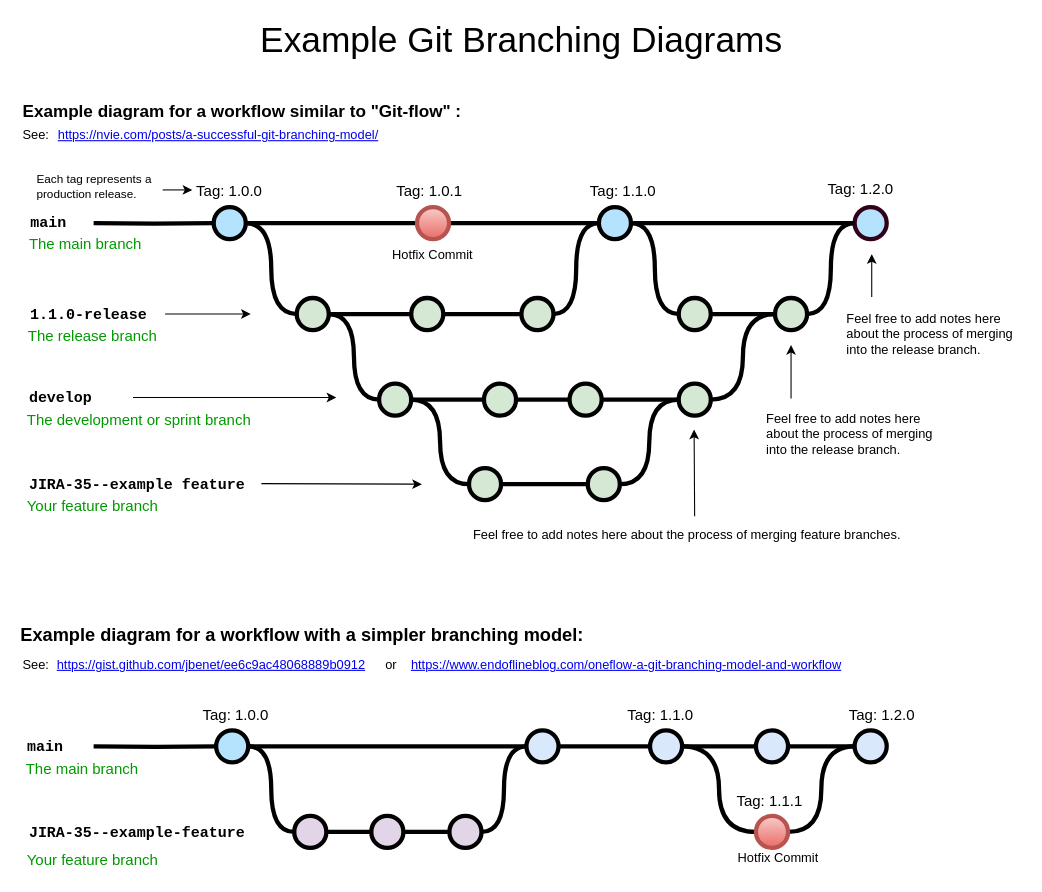
Before: Untitled Diagram.drawio in diegoVasquez600/BoardGo, a draw.io diagram. Source tidied: cells renumbered, new cells numbered last; positions are measured from the earlier drawing's top-left corner, leaving out a move shared by most shapes. Both pictures are drawn from the tidied source at 107%, with x=0, y=0 at pixel (18, 18).
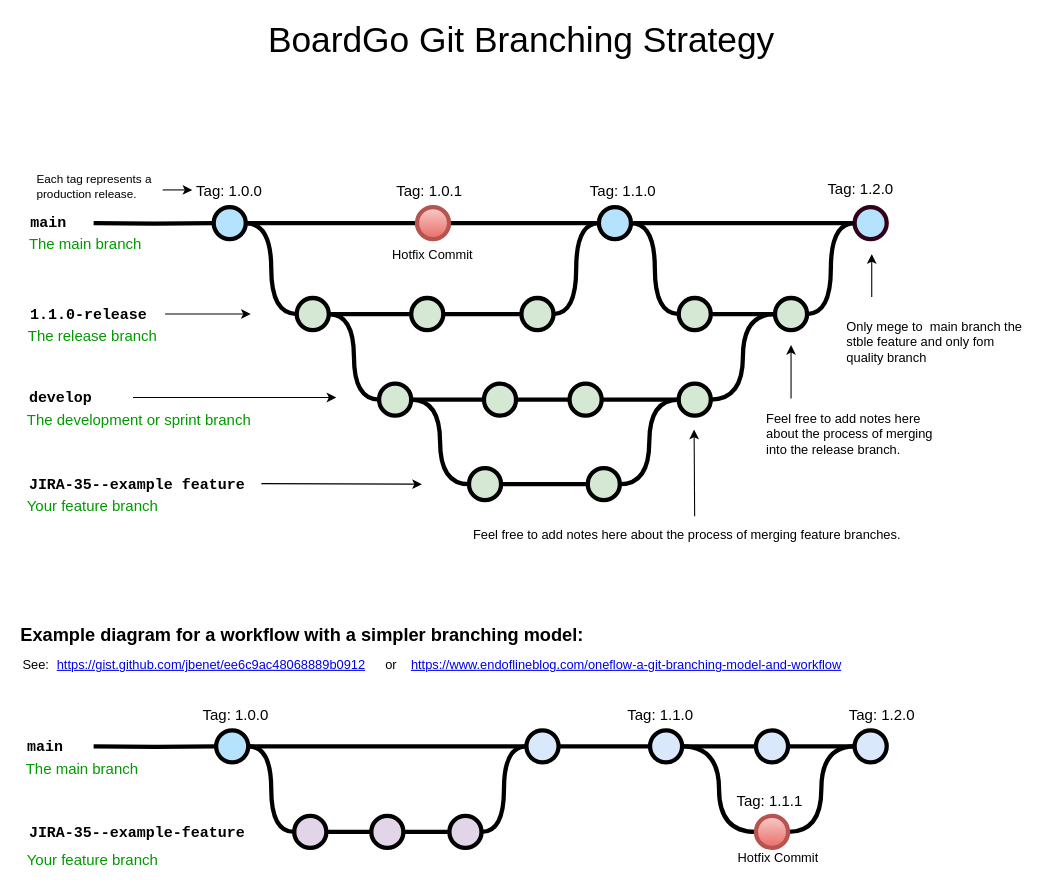
The same diagram, later.

The edit, as a diff of the source:
```diff
@@
-    <mxCell id="55" value="Example Git Branching Diagrams" style="text;html=1;strokeColor=none;fillColor=none;align=center;verticalAlign=middle;whiteSpace=wrap;rounded=0;fontSize=33;fontColor=#000000;" parent="1" vertex="1">
+    <mxCell id="55" value="BoardGo Git Branching Strategy" style="text;html=1;strokeColor=none;fillColor=none;align=center;verticalAlign=middle;whiteSpace=wrap;rounded=0;fontSize=33;fontColor=#000000;" parent="1" vertex="1">
       <mxGeometry x="201" width="538" height="40" as="geometry" />
     </mxCell>
-    <mxCell id="56" value="Example diagram for a workflow similar to &quot;Git-flow&quot; :" style="text;whiteSpace=wrap;html=1;fontStyle=1;fontSize=16;" parent="1" vertex="1">
-      <mxGeometry x="2.2" y="70" width="427.8" height="20" as="geometry" />
-    </mxCell>
-    <mxCell id="57" value="&lt;a href=&quot;https://nvie.com/posts/a-successful-git-branching-model/&quot;&gt;https://nvie.com/posts/a-successful-git-branching-model/&lt;/a&gt;" style="text;whiteSpace=wrap;html=1;" parent="1" vertex="1">
-      <mxGeometry x="35" y="95" width="355" height="20" as="geometry" />
-    </mxCell>
@@
-    <mxCell id="59" value="See:" style="text;whiteSpace=wrap;html=1;" parent="1" vertex="1">
-      <mxGeometry x="2.2" y="95" width="32.8" height="20" as="geometry" />
-    </mxCell>
@@
-    <mxCell id="63" value="&lt;span style=&quot;text-align: center&quot;&gt;Feel free to add notes here about the process of merging into the release branch.&lt;br&gt;&lt;br&gt;&lt;/span&gt;" style="text;html=1;strokeColor=none;fillColor=none;align=left;verticalAlign=middle;whiteSpace=wrap;overflow=hidden;fontSize=12;fontStyle=0;fontColor=#000000;" parent="1" vertex="1">
+    <mxCell id="63" value="&lt;span style=&quot;text-align: center&quot;&gt;Only mege to&amp;nbsp; main branch the stble feature and only fom quality branch&lt;br&gt;&lt;/span&gt;" style="text;html=1;strokeColor=none;fillColor=none;align=left;verticalAlign=middle;whiteSpace=wrap;overflow=hidden;fontSize=12;fontStyle=0;fontColor=#000000;" parent="1" vertex="1">
       <mxGeometry x="772.2" y="261" width="167.8" height="81" as="geometry" />
     </mxCell>
```
